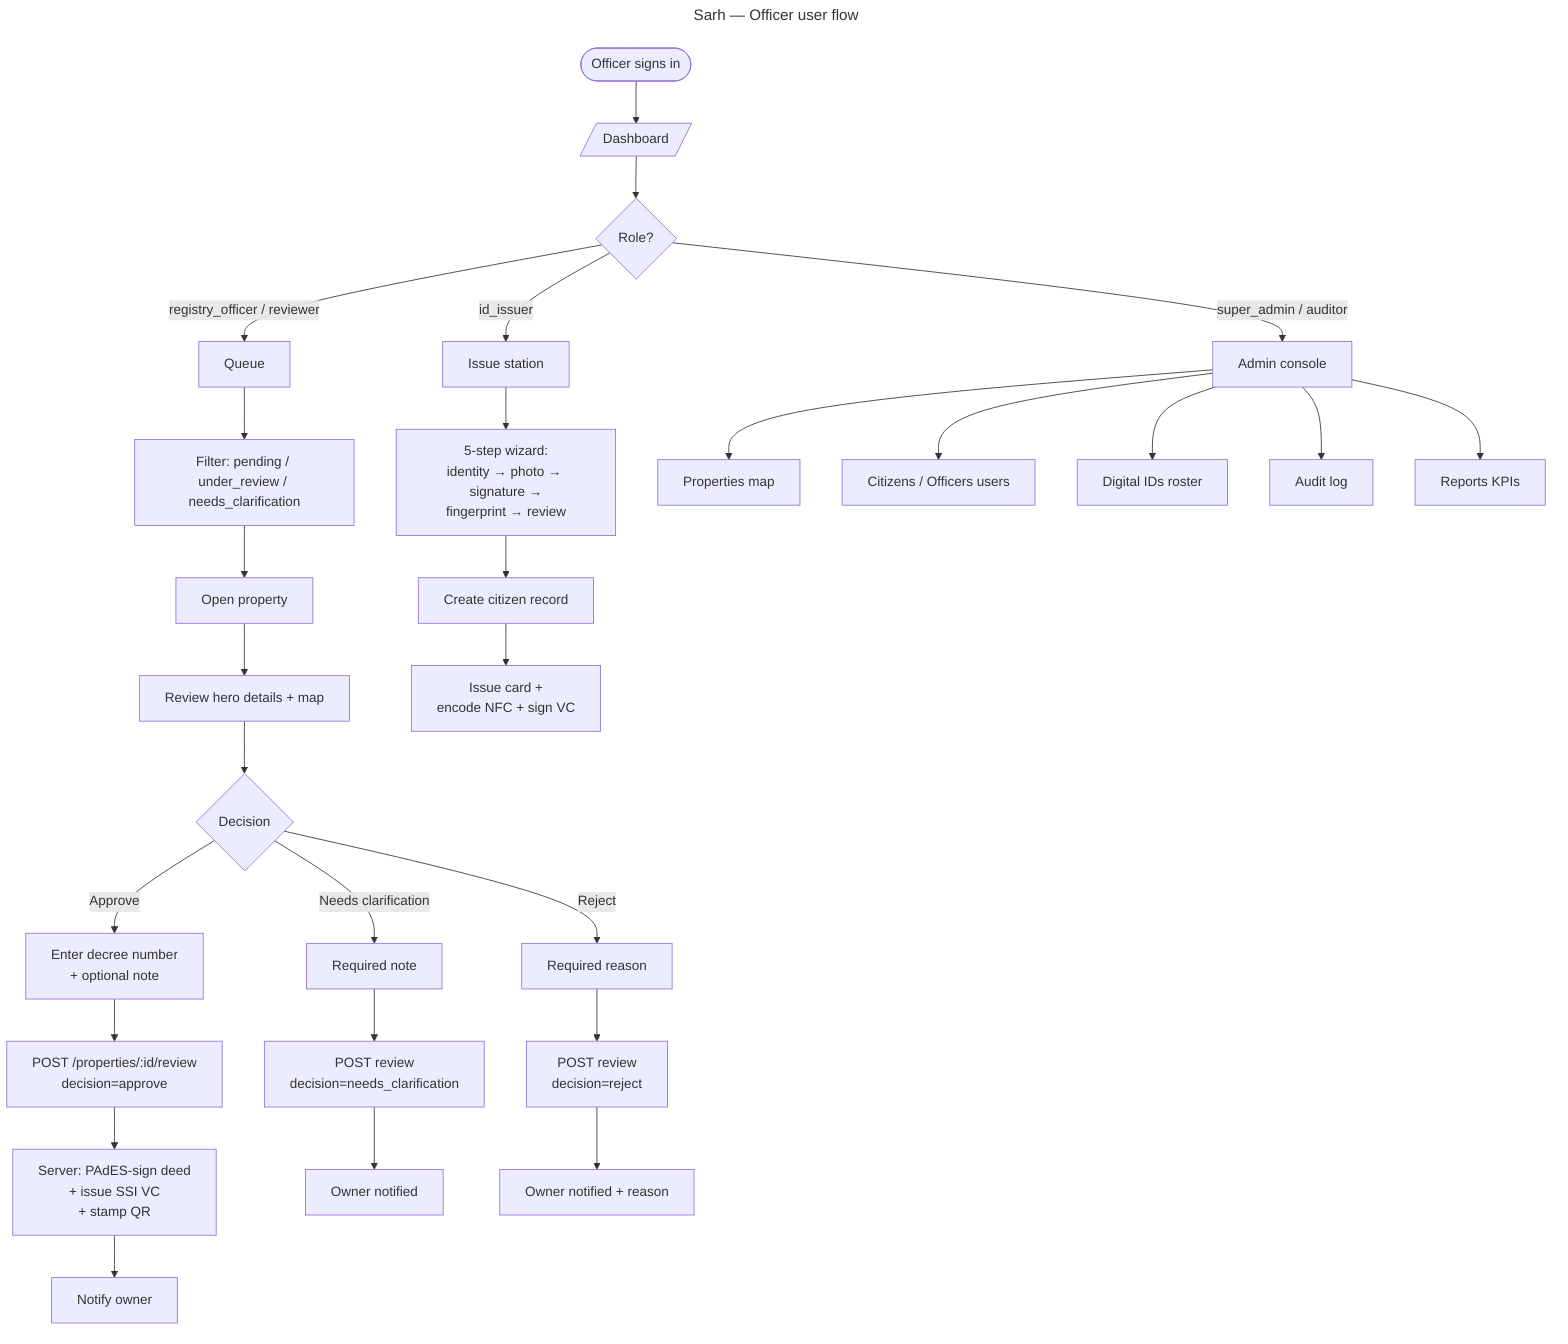
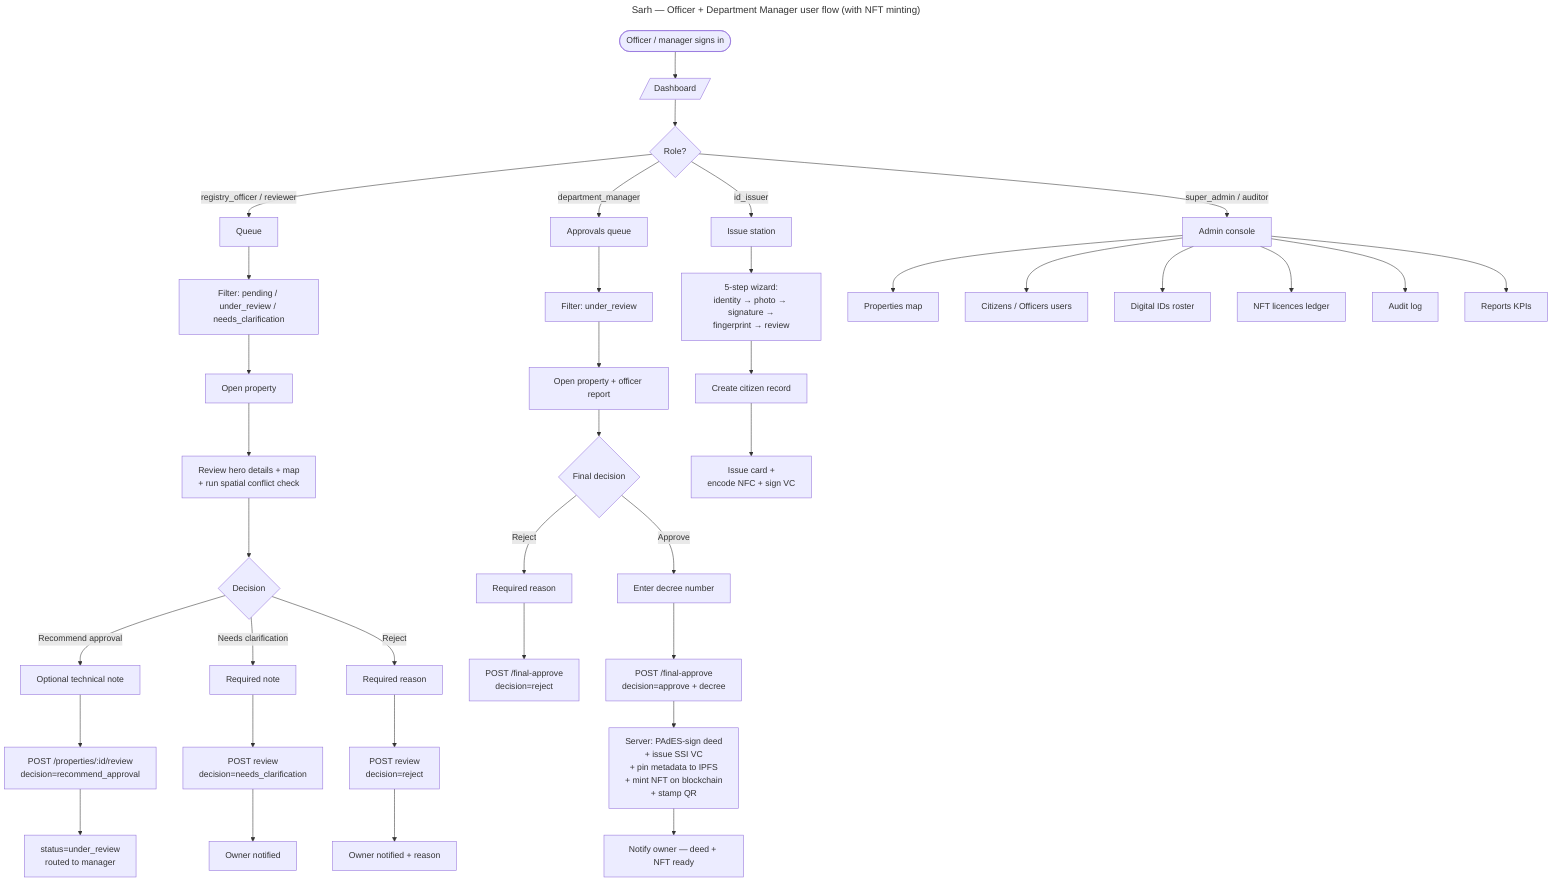
---
- title: Sarh — Officer user flow
+ title: Sarh — Officer + Department Manager user flow (with NFT minting)
---
flowchart TD
-     A([Officer signs in]) --> B[/Dashboard/]
+     A([Officer / manager signs in]) --> B[/Dashboard/]
    B --> C{Role?}
    C -- registry_officer / reviewer --> Q[Queue]
+     C -- department_manager --> M[Approvals queue]
    C -- id_issuer --> I[Issue station]
    C -- super_admin / auditor --> AD[Admin console]

    Q --> Q1[Filter: pending / under_review / needs_clarification]
    Q1 --> Q2[Open property]
-     Q2 --> Q3[Review hero details + map]
+     Q2 --> Q3[Review hero details + map<br/>+ run spatial conflict check]
    Q3 --> Q4{Decision}
-     Q4 -- Approve --> Q5[Enter decree number<br/>+ optional note]
-     Q5 --> Q6[POST /properties/:id/review<br/>decision=approve]
-     Q6 --> Q7[Server: PAdES-sign deed<br/>+ issue SSI VC<br/>+ stamp QR]
-     Q7 --> Q8[Notify owner]
+     Q4 -- Recommend approval --> Q5[Optional technical note]
+     Q5 --> Q6[POST /properties/:id/review<br/>decision=recommend_approval]
+     Q6 --> Q7[status=under_review<br/>routed to manager]

    Q4 -- Needs clarification --> Q9[Required note]
    Q9 --> Q10[POST review<br/>decision=needs_clarification]
    Q10 --> Q11[Owner notified]

    Q4 -- Reject --> Q12[Required reason]
    Q12 --> Q13[POST review<br/>decision=reject]
    Q13 --> Q14[Owner notified + reason]

+     M --> M1[Filter: under_review]
+     M1 --> M2[Open property + officer report]
+     M2 --> M3{Final decision}
+     M3 -- Reject --> M4[Required reason]
+     M4 --> M5[POST /final-approve<br/>decision=reject]
+     M3 -- Approve --> M6[Enter decree number]
+     M6 --> M7[POST /final-approve<br/>decision=approve + decree]
+     M7 --> M8[Server: PAdES-sign deed<br/>+ issue SSI VC<br/>+ pin metadata to IPFS<br/>+ mint NFT on blockchain<br/>+ stamp QR]
+     M8 --> M9[Notify owner — deed + NFT ready]
+ 
    I --> I1[5-step wizard:<br/>identity → photo → signature →<br/>fingerprint → review]
    I1 --> I2[Create citizen record]
    I2 --> I3[Issue card +<br/>encode NFC + sign VC]

    AD --> AD1[Properties map]
    AD --> AD2[Citizens / Officers users]
    AD --> AD3[Digital IDs roster]
-     AD --> AD4[Audit log]
-     AD --> AD5[Reports KPIs]
+     AD --> AD4[NFT licences ledger]
+     AD --> AD5[Audit log]
+     AD --> AD6[Reports KPIs]
